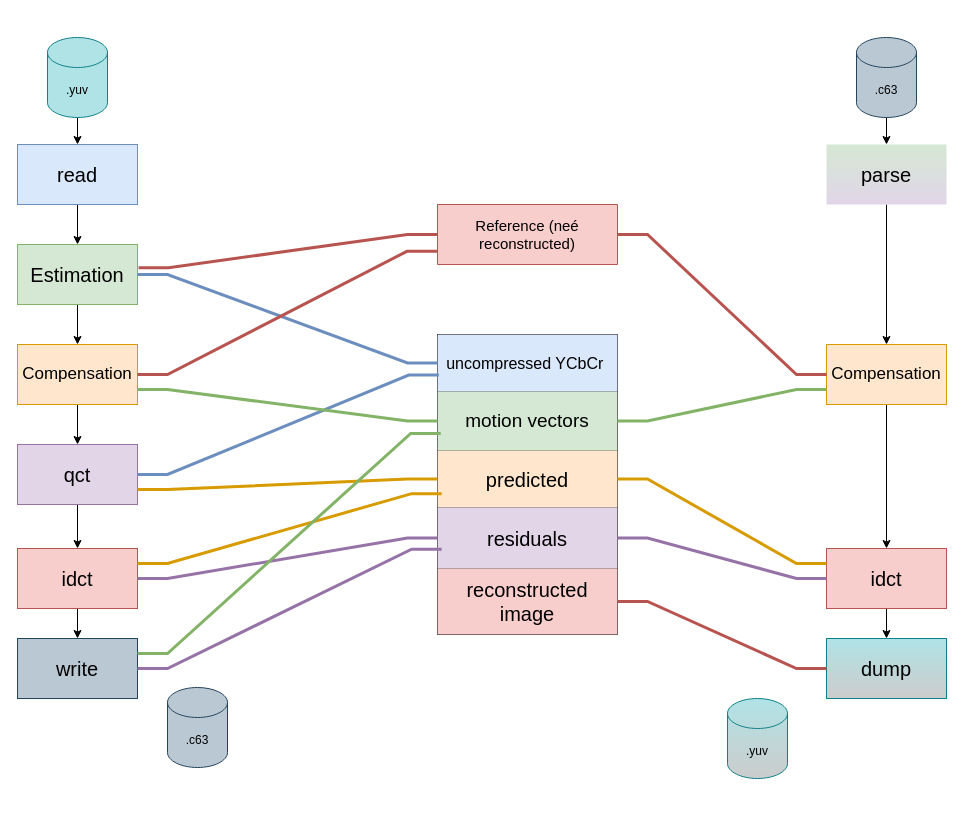
Before: docs/report/assets/in5050-exam1-dataflow.drawio in mazunki/in5050-ass1, a draw.io diagram. Source tidied: cells renumbered, new cells numbered last; positions are measured from the earlier drawing's top-left corner, leaving out a move shared by most shapes. Both pictures are drawn from the tidied source at 100%, with x=0, y=0 at pixel (17, 37).
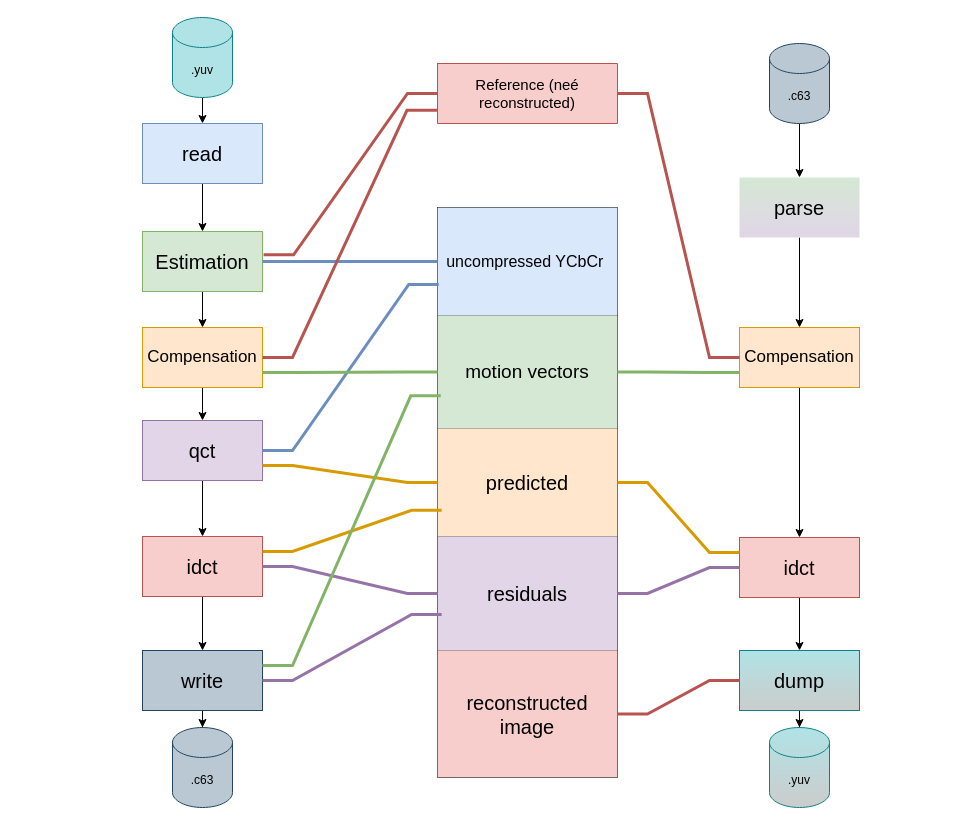
The same page after the edit.

Commit message:
clean lines, make more vertical

Change to the diagram source:
```diff
@@
     <mxCell id="3" value="&lt;font style=&quot;font-size: 20px;&quot;&gt;qct&lt;/font&gt;" style="rounded=0;whiteSpace=wrap;html=1;fillColor=#e1d5e7;strokeColor=#9673a6;" parent="1" vertex="1">
-      <mxGeometry y="407" width="120" height="60" as="geometry" />
+      <mxGeometry x="125" y="383" width="120" height="60" as="geometry" />
     </mxCell>
@@
     <mxCell id="5" value="&lt;font style=&quot;font-size: 17px;&quot;&gt;Compensation&lt;/font&gt;" style="rounded=0;whiteSpace=wrap;html=1;fillColor=#ffe6cc;strokeColor=#d79b00;" parent="1" vertex="1">
-      <mxGeometry y="307" width="120" height="60" as="geometry" />
+      <mxGeometry x="125" y="290" width="120" height="60" as="geometry" />
     </mxCell>
@@
     <mxCell id="7" value="&lt;font style=&quot;font-size: 20px;&quot;&gt;Estimation&lt;/font&gt;" style="rounded=0;whiteSpace=wrap;html=1;fillColor=#d5e8d4;strokeColor=#82b366;" parent="1" vertex="1">
-      <mxGeometry y="207" width="120" height="60" as="geometry" />
+      <mxGeometry x="125" y="194" width="120" height="60" as="geometry" />
     </mxCell>
@@
     <mxCell id="9" value="&lt;font style=&quot;font-size: 20px;&quot;&gt;read&lt;/font&gt;" style="rounded=0;whiteSpace=wrap;html=1;fillColor=#dae8fc;strokeColor=#6c8ebf;" parent="1" vertex="1">
-      <mxGeometry y="107" width="120" height="60" as="geometry" />
+      <mxGeometry x="125" y="86" width="120" height="60" as="geometry" />
     </mxCell>
+    <mxCell id="55" style="edgeStyle=orthogonalEdgeStyle;rounded=0;jettySize=auto;html=1;" parent="1" edge="1" source="10" target="54">
+      <mxGeometry relative="1" as="geometry" />
+    </mxCell>
     <mxCell id="10" value="&lt;font style=&quot;font-size: 20px;&quot;&gt;dump&lt;/font&gt;" style="rounded=0;whiteSpace=wrap;html=1;fillColor=#b0e3e6;strokeColor=#0e8088;gradientColor=#CCCCCC;" parent="1" vertex="1">
-      <mxGeometry x="809" y="601" width="120" height="60" as="geometry" />
+      <mxGeometry x="722" y="613" width="120" height="60" as="geometry" />
     </mxCell>
@@
     <mxCell id="12" value="&lt;font style=&quot;font-size: 20px;&quot;&gt;idct&lt;/font&gt;" style="rounded=0;whiteSpace=wrap;html=1;fillColor=#f8cecc;strokeColor=#b85450;" parent="1" vertex="1">
-      <mxGeometry x="809" y="511" width="120" height="60" as="geometry" />
+      <mxGeometry x="722" y="500" width="120" height="60" as="geometry" />
     </mxCell>
@@
     <mxCell id="14" value="&lt;span style=&quot;font-size: 17px;&quot;&gt;Compensation&lt;/span&gt;" style="rounded=0;whiteSpace=wrap;html=1;fillColor=#ffe6cc;strokeColor=#d79b00;" parent="1" vertex="1">
-      <mxGeometry x="809" y="307" width="120" height="60" as="geometry" />
+      <mxGeometry x="722" y="290" width="120" height="60" as="geometry" />
     </mxCell>
@@
     <mxCell id="16" value="&lt;font style=&quot;font-size: 20px;&quot;&gt;parse&lt;/font&gt;" style="rounded=0;whiteSpace=wrap;html=1;fillColor=#d5e8d4;strokeColor=none;gradientDirection=south;gradientColor=#E1D5E7;" parent="1" vertex="1">
-      <mxGeometry x="809" y="107" width="120" height="60" as="geometry" />
+      <mxGeometry x="722" y="140" width="120" height="60" as="geometry" />
     </mxCell>
+    <mxCell id="56" style="edgeStyle=orthogonalEdgeStyle;rounded=0;jettySize=auto;html=1;" parent="1" edge="1" source="17" target="51">
+      <mxGeometry relative="1" as="geometry" />
+    </mxCell>
     <mxCell id="17" value="&lt;font style=&quot;font-size: 20px;&quot;&gt;write&lt;/font&gt;" style="rounded=0;whiteSpace=wrap;html=1;fillColor=#bac8d3;strokeColor=#23445d;" parent="1" vertex="1">
-      <mxGeometry y="601" width="120" height="60" as="geometry" />
+      <mxGeometry x="125" y="613" width="120" height="60" as="geometry" />
     </mxCell>
@@
     <mxCell id="19" value="&lt;font style=&quot;font-size: 20px;&quot;&gt;idct&lt;/font&gt;" style="rounded=0;whiteSpace=wrap;html=1;fillColor=#f8cecc;strokeColor=#b85450;" parent="1" vertex="1">
-      <mxGeometry y="511" width="120" height="60" as="geometry" />
+      <mxGeometry x="125" y="499" width="120" height="60" as="geometry" />
     </mxCell>
-    <mxCell id="20" style="shape=table;startSize=0;childLayout=tableLayout;" parent="1" vertex="1">
-      <mxGeometry x="420" y="297" width="180" height="300" as="geometry" />
+    <mxCell id="20" style="shape=table;startSize=0;childLayout=tableLayout;fontSize=16;" parent="1" vertex="1">
+      <mxGeometry x="420" y="170" width="180" height="570" as="geometry" />
     </mxCell>
     <mxCell id="21" style="shape=tableRow;horizontal=0;startSize=0;swimlaneHead=0;swimlaneBody=0;strokeColor=inherit;top=0;left=0;bottom=0;right=0;fillColor=none;points=[[0,0.5],[1,0.5]];portConstraint=eastwest;" parent="20" vertex="1">
-      <mxGeometry width="180" height="57" as="geometry" />
+      <mxGeometry width="180" height="108" as="geometry" />
     </mxCell>
     <mxCell id="22" value="&lt;font style=&quot;font-size: 16px;&quot;&gt;uncompressed YCbCr&amp;nbsp;&lt;/font&gt;" style="shape=partialRectangle;html=1;whiteSpace=wrap;strokeColor=#6c8ebf;overflow=hidden;fillColor=#dae8fc;top=0;left=0;bottom=0;right=0;" parent="21" vertex="1">
-      <mxGeometry width="180" height="57" as="geometry" />
+      <mxGeometry width="180" height="108" as="geometry" />
     </mxCell>
     <mxCell id="23" style="shape=tableRow;horizontal=0;startSize=0;swimlaneHead=0;swimlaneBody=0;strokeColor=inherit;top=0;left=0;bottom=0;right=0;fillColor=none;points=[[0,0.5],[1,0.5]];portConstraint=eastwest;" parent="20" vertex="1">
-      <mxGeometry y="57" width="180" height="59" as="geometry" />
+      <mxGeometry y="108" width="180" height="113" as="geometry" />
     </mxCell>
     <mxCell id="24" value="&lt;font style=&quot;font-size: 19px;&quot;&gt;motion vectors&lt;/font&gt;" style="shape=partialRectangle;html=1;whiteSpace=wrap;strokeColor=#82b366;overflow=hidden;fillColor=#d5e8d4;top=0;left=0;bottom=0;right=0;" parent="23" vertex="1">
-      <mxGeometry width="180" height="59" as="geometry" />
+      <mxGeometry width="180" height="113" as="geometry" />
     </mxCell>
     <mxCell id="25" style="shape=tableRow;horizontal=0;startSize=0;swimlaneHead=0;swimlaneBody=0;strokeColor=inherit;top=0;left=0;bottom=0;right=0;fillColor=none;points=[[0,0.5],[1,0.5]];portConstraint=eastwest;" parent="20" vertex="1">
-      <mxGeometry y="116" width="180" height="57" as="geometry" />
+      <mxGeometry y="221" width="180" height="108" as="geometry" />
     </mxCell>
     <mxCell id="26" value="&lt;font style=&quot;font-size: 20px;&quot;&gt;predicted&lt;/font&gt;" style="shape=partialRectangle;html=1;whiteSpace=wrap;strokeColor=#d79b00;overflow=hidden;fillColor=#ffe6cc;top=0;left=0;bottom=0;right=0;" parent="25" vertex="1">
-      <mxGeometry width="180" height="57" as="geometry" />
+      <mxGeometry width="180" height="108" as="geometry" />
     </mxCell>
     <mxCell id="27" style="shape=tableRow;horizontal=0;startSize=0;swimlaneHead=0;swimlaneBody=0;strokeColor=inherit;top=0;left=0;bottom=0;right=0;fillColor=none;points=[[0,0.5],[1,0.5]];portConstraint=eastwest;" parent="20" vertex="1">
-      <mxGeometry y="173" width="180" height="61" as="geometry" />
+      <mxGeometry y="329" width="180" height="114" as="geometry" />
     </mxCell>
     <mxCell id="28" value="&lt;font style=&quot;font-size: 20px;&quot;&gt;residuals&lt;/font&gt;" style="shape=partialRectangle;html=1;whiteSpace=wrap;strokeColor=#9673a6;overflow=hidden;fillColor=#e1d5e7;top=0;left=0;bottom=0;right=0;" parent="27" vertex="1">
-      <mxGeometry width="180" height="61" as="geometry" />
+      <mxGeometry width="180" height="114" as="geometry" />
     </mxCell>
     <mxCell id="29" style="shape=tableRow;horizontal=0;startSize=0;swimlaneHead=0;swimlaneBody=0;strokeColor=inherit;top=0;left=0;bottom=0;right=0;fillColor=none;points=[[0,0.5],[1,0.5]];portConstraint=eastwest;" parent="20" vertex="1">
-      <mxGeometry y="234" width="180" height="66" as="geometry" />
+      <mxGeometry y="443" width="180" height="127" as="geometry" />
     </mxCell>
     <mxCell id="30" value="&lt;font style=&quot;font-size: 20px;&quot;&gt;reconstructed image&lt;/font&gt;" style="shape=partialRectangle;html=1;whiteSpace=wrap;strokeColor=#b85450;overflow=hidden;fillColor=#f8cecc;top=0;left=0;bottom=0;right=0;" parent="29" vertex="1">
-      <mxGeometry width="180" height="66" as="geometry" />
+      <mxGeometry width="180" height="127" as="geometry" />
     </mxCell>
     <mxCell id="31" style="shape=table;startSize=0;childLayout=tableLayout;strokeColor=#b85450;align=center;verticalAlign=middle;fontFamily=Helvetica;fontSize=12;fontColor=default;fillColor=#f8cecc;" parent="1" vertex="1">
-      <mxGeometry x="420" y="167" width="180" height="60" as="geometry" />
+      <mxGeometry x="420" y="26" width="180" height="60" as="geometry" />
     </mxCell>
@@
     <mxCell id="50" value=".yuv" style="shape=cylinder3;whiteSpace=wrap;html=1;boundedLbl=1;backgroundOutline=1;size=15;strokeColor=#0e8088;align=center;verticalAlign=middle;fontFamily=Helvetica;fontSize=12;fillColor=#b0e3e6;" parent="1" vertex="1">
-      <mxGeometry x="30" width="60" height="80" as="geometry" />
+      <mxGeometry x="155" y="-20" width="60" height="80" as="geometry" />
     </mxCell>
     <mxCell id="51" value=".c63" style="shape=cylinder3;whiteSpace=wrap;html=1;boundedLbl=1;backgroundOutline=1;size=15;strokeColor=#23445d;align=center;verticalAlign=middle;fontFamily=Helvetica;fontSize=12;fillColor=#bac8d3;" parent="1" vertex="1">
-      <mxGeometry x="150" y="650" width="60" height="80" as="geometry" />
+      <mxGeometry x="155" y="690" width="60" height="80" as="geometry" />
     </mxCell>
@@
     <mxCell id="53" value=".c63" style="shape=cylinder3;whiteSpace=wrap;html=1;boundedLbl=1;backgroundOutline=1;size=15;strokeColor=#23445d;align=center;verticalAlign=middle;fontFamily=Helvetica;fontSize=12;fillColor=#bac8d3;" parent="1" vertex="1">
-      <mxGeometry x="839" width="60" height="80" as="geometry" />
+      <mxGeometry x="752" y="6" width="60" height="80" as="geometry" />
     </mxCell>
     <mxCell id="54" value=".yuv" style="shape=cylinder3;whiteSpace=wrap;html=1;boundedLbl=1;backgroundOutline=1;size=15;strokeColor=#0e8088;align=center;verticalAlign=middle;fontFamily=Helvetica;fontSize=12;fillColor=#b0e3e6;gradientColor=#CCCCCC;" parent="1" vertex="1">
-      <mxGeometry x="710" y="661" width="60" height="80" as="geometry" />
+      <mxGeometry x="752" y="690" width="60" height="80" as="geometry" />
     </mxCell>
```
